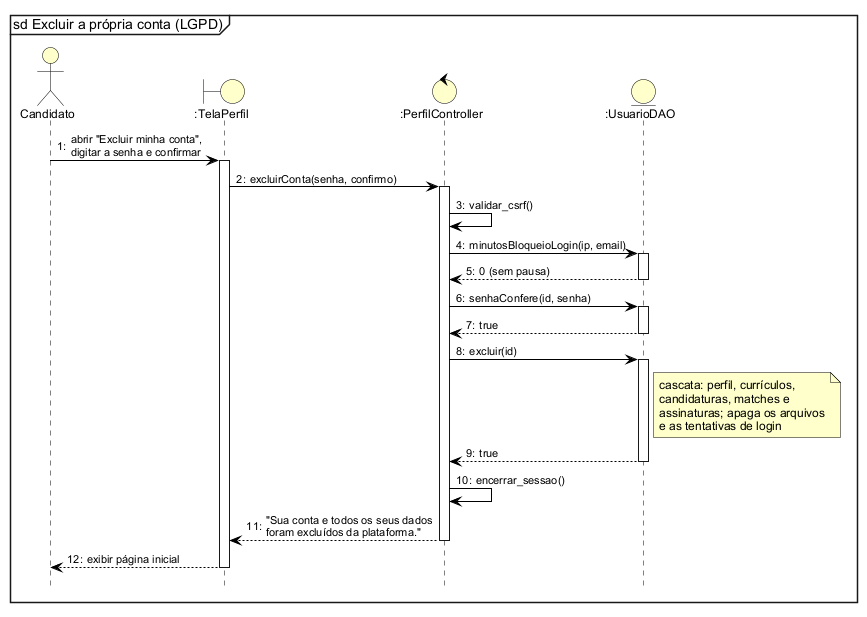
leonardoabreu2026/tcc-final keeps this PlantUML diagram as docs/tcc/diagramas/seq13_excluir_conta.png. Above is the earlier version.
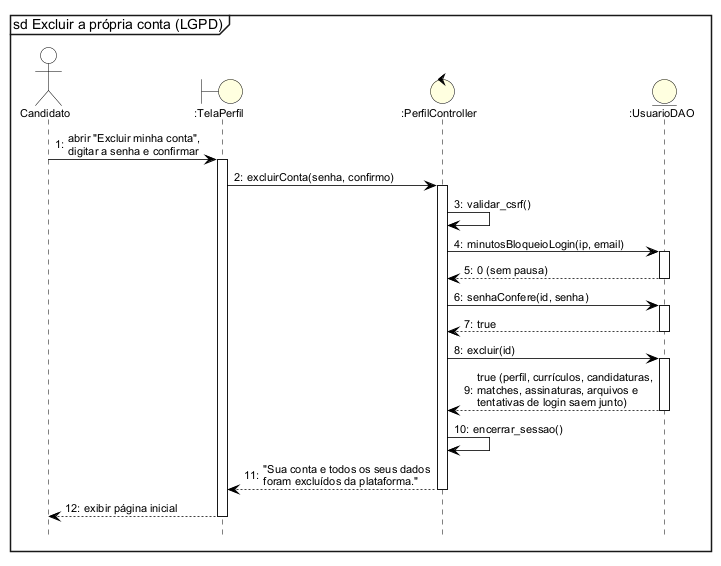
Above is the later version.

What changed in the source:
```diff
@@ -16,8 +16,7 @@
 C -> D ++ : senhaConfere(id, senha)
 D --> C -- : true
 C -> D ++ : excluir(id)
-note right of D : cascata: perfil, currículos,\ncandidaturas, matches e\nassinaturas; apaga os arquivos\ne as tentativas de login
-D --> C -- : true
+D --> C -- : true (perfil, currículos, candidaturas,\nmatches, assinaturas, arquivos e\ntentativas de login saem junto)
 C -> C : encerrar_sessao()
 C --> T -- : "Sua conta e todos os seus dados\nforam excluídos da plataforma."
 T --> A -- : exibir página inicial
```
